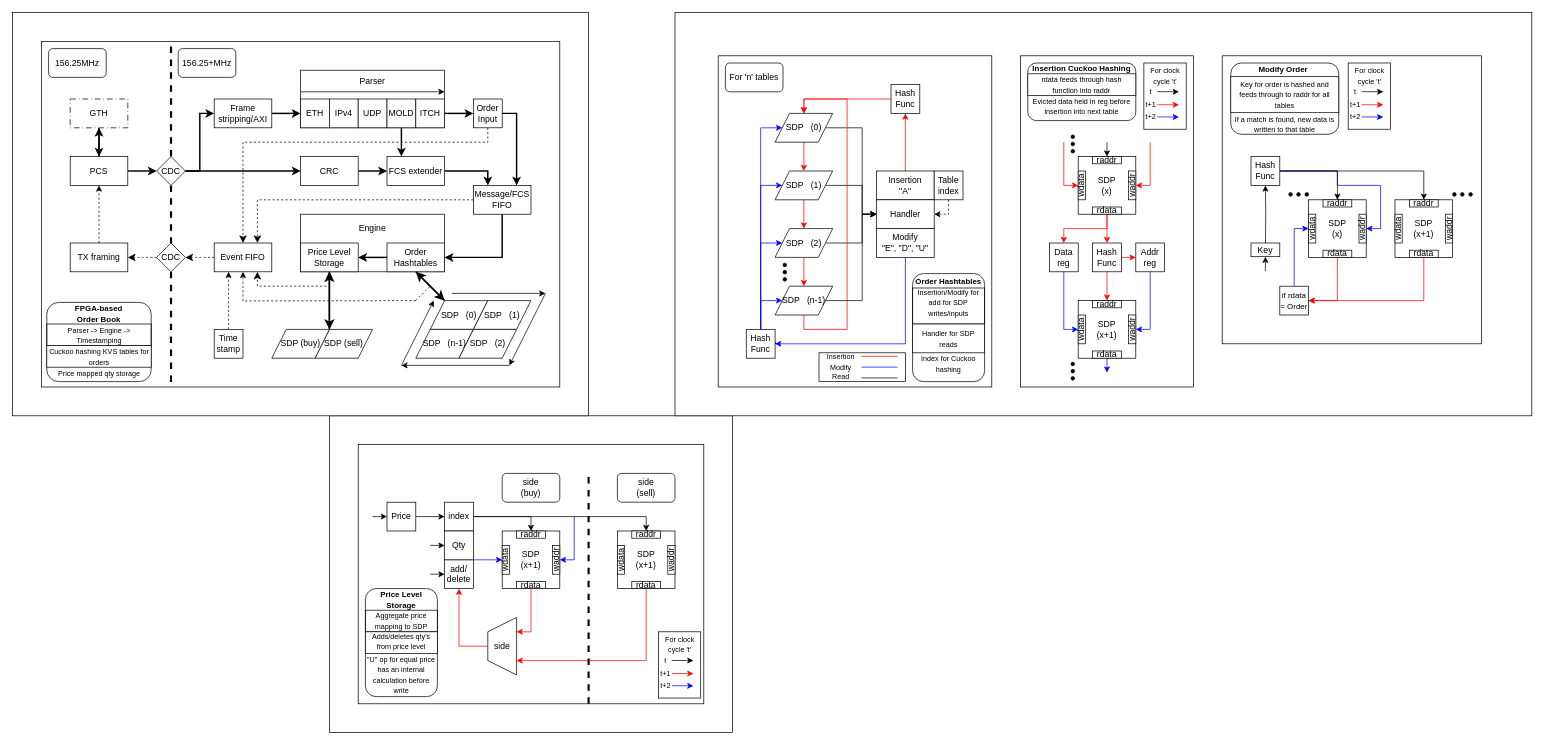
The draw.io diagram orderbookdiagram.drawio in YummyDog/FPGA_Orderbook, before the edit. Source tidied: cells renumbered, new cells numbered last; positions are measured from the earlier drawing's top-left corner, leaving out a move shared by most shapes. Both pictures are drawn from the tidied source at 72%, with x=0, y=0 at pixel (12, 12).
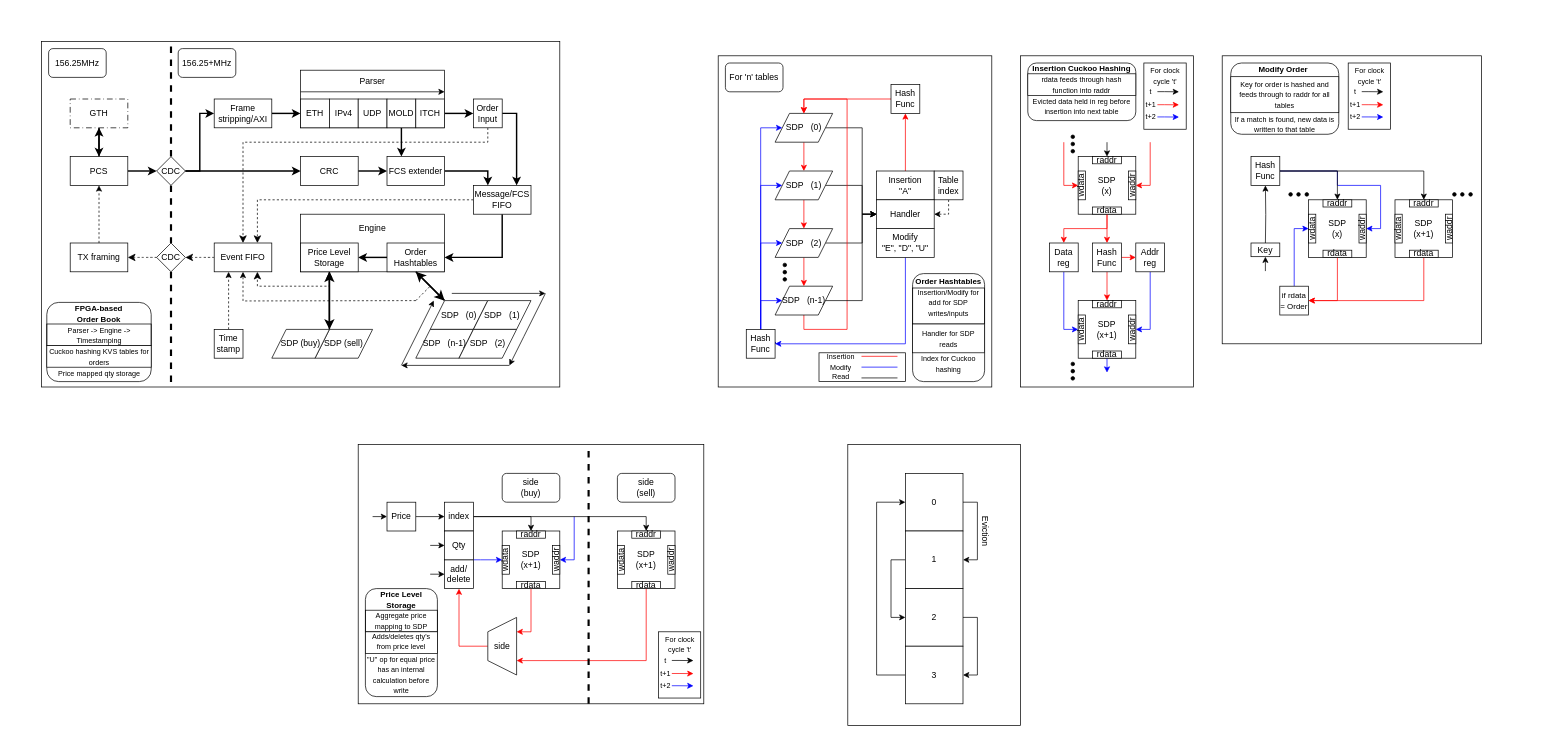
The same page after the edit.

The edit, as a diff of the source:
```diff
@@
-    <mxCell id="2" style="rounded=0;whiteSpace=wrap;html=1;" parent="1" vertex="1">
-      <mxGeometry x="440" y="560" width="560" height="440" as="geometry" />
-    </mxCell>
+    <mxCell id="257" style="rounded=0;whiteSpace=wrap;html=1;" parent="1" vertex="1">
+      <mxGeometry x="1160" y="600" width="240" height="390" as="geometry" />
+    </mxCell>
@@
-    <mxCell id="5" style="rounded=0;whiteSpace=wrap;html=1;" parent="1" vertex="1">
-      <mxGeometry x="920" width="1190" height="560" as="geometry" />
-    </mxCell>
@@
-    <mxCell id="9" style="rounded=0;whiteSpace=wrap;html=1;" parent="1" vertex="1">
-      <mxGeometry width="800" height="560" as="geometry" />
-    </mxCell>
@@
     <mxCell id="234" style="endArrow=none;dashed=1;html=1;rounded=0;strokeWidth=3;" parent="1" edge="1">
       <mxGeometry relative="1" as="geometry">
         <mxPoint x="800" y="960" as="sourcePoint" />
-        <mxPoint x="800" y="640" as="targetPoint" />
+        <mxPoint x="800" y="600" as="targetPoint" />
       </mxGeometry>
     </mxCell>
@@
+    <mxCell id="258" style="edgeStyle=orthogonalEdgeStyle;rounded=0;jettySize=auto;html=1;exitX=1;exitY=0.5;exitDx=0;exitDy=0;entryX=1;entryY=0.5;entryDx=0;entryDy=0;" parent="1" edge="1" source="259" target="261">
+      <mxGeometry relative="1" as="geometry" />
+    </mxCell>
+    <mxCell id="259" value="0" style="whiteSpace=wrap;html=1;" parent="1" vertex="1">
+      <mxGeometry x="1240" y="640" width="80" height="80" as="geometry" />
+    </mxCell>
+    <mxCell id="260" style="edgeStyle=orthogonalEdgeStyle;rounded=0;jettySize=auto;html=1;exitX=0;exitY=0.5;exitDx=0;exitDy=0;entryX=0;entryY=0.5;entryDx=0;entryDy=0;" parent="1" edge="1" source="261" target="263">
+      <mxGeometry relative="1" as="geometry" />
+    </mxCell>
+    <mxCell id="261" value="1" style="whiteSpace=wrap;html=1;" parent="1" vertex="1">
+      <mxGeometry x="1240" y="720" width="80" height="80" as="geometry" />
+    </mxCell>
+    <mxCell id="262" style="edgeStyle=orthogonalEdgeStyle;rounded=0;jettySize=auto;html=1;exitX=1;exitY=0.5;exitDx=0;exitDy=0;entryX=1;entryY=0.5;entryDx=0;entryDy=0;" parent="1" edge="1" source="263" target="265">
+      <mxGeometry relative="1" as="geometry" />
+    </mxCell>
+    <mxCell id="263" value="2" style="whiteSpace=wrap;html=1;" parent="1" vertex="1">
+      <mxGeometry x="1240" y="800" width="80" height="80" as="geometry" />
+    </mxCell>
+    <mxCell id="264" style="edgeStyle=orthogonalEdgeStyle;rounded=0;jettySize=auto;html=1;exitX=0;exitY=0.5;exitDx=0;exitDy=0;entryX=0;entryY=0.5;entryDx=0;entryDy=0;" parent="1" edge="1" source="265" target="259">
+      <mxGeometry relative="1" as="geometry">
+        <Array as="points">
+          <mxPoint x="1200" y="920" />
+          <mxPoint x="1200" y="680" />
+        </Array>
+      </mxGeometry>
+    </mxCell>
+    <mxCell id="265" value="3" style="whiteSpace=wrap;html=1;" parent="1" vertex="1">
+      <mxGeometry x="1240" y="880" width="80" height="80" as="geometry" />
+    </mxCell>
+    <mxCell id="266" value="Eviction" style="text;html=1;whiteSpace=wrap;strokeColor=none;fillColor=none;align=center;verticalAlign=middle;rounded=0;rotation=90;" parent="1" vertex="1">
+      <mxGeometry x="1310.5" y="709.5" width="80" height="21" as="geometry" />
+    </mxCell>
```
